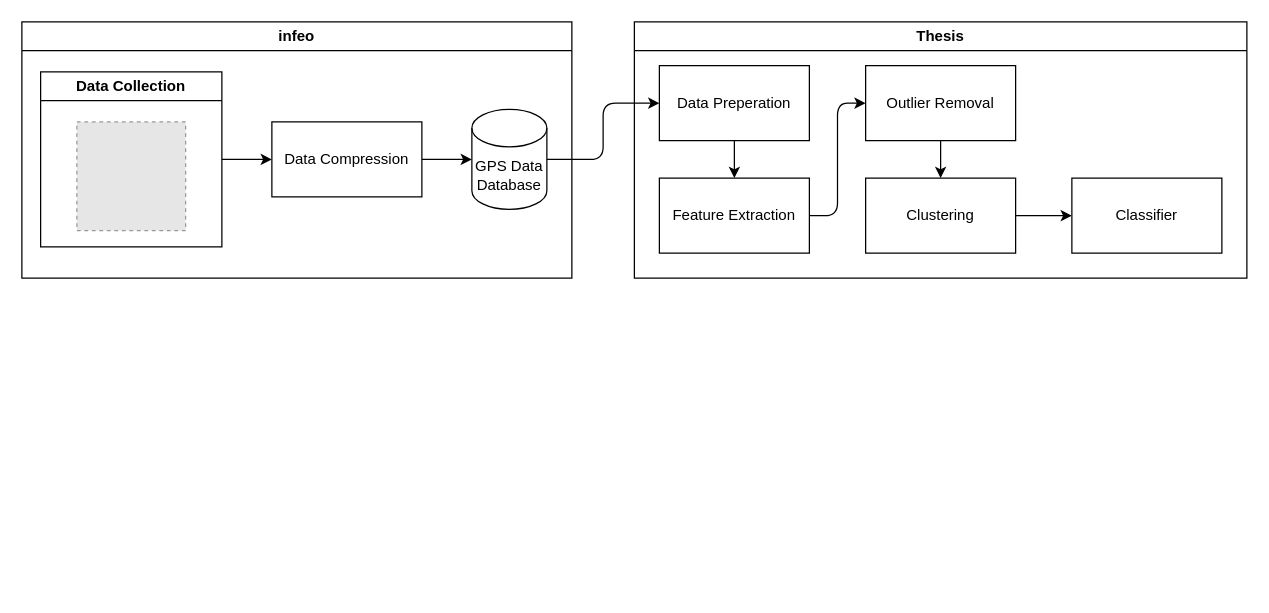
Before: Thesis/Text/Diagrams/drawio/big_picture.drawio in NeYoNmoos/FHV-Infeo_Bachelor_Thesis, a draw.io diagram. Source tidied: cells renumbered, new cells numbered last; positions are measured from the earlier drawing's top-left corner, leaving out a move shared by most shapes. Both pictures are drawn from the tidied source at 125%, with x=0, y=0 at pixel (21, 21). Pictures stored in the file or linked from it are replaced by grey dashed boxes.
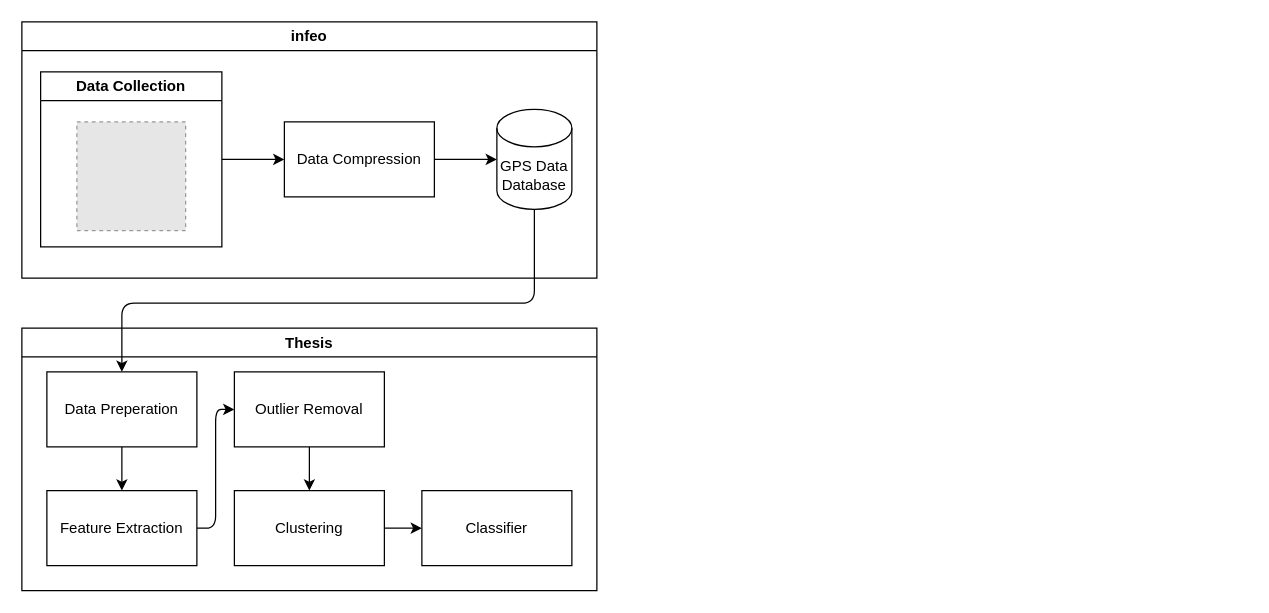
Above is the later version.

The change refers to these unchanged cells:
```xml
<mxCell id="11" value="Data Preperation" style="rounded=0;whiteSpace=wrap;html=1;" parent="9" vertex="1">
  <mxGeometry x="20" y="35" width="120" height="60" as="geometry" />
</mxCell>
```

The edit, as a diff of the source:
```diff
@@
     <mxCell id="2" value="infeo" style="swimlane;whiteSpace=wrap;html=1;" parent="1" vertex="1">
-      <mxGeometry width="440" height="205" as="geometry" />
+      <mxGeometry width="460" height="205" as="geometry" />
     </mxCell>
     <mxCell id="3" value="GPS Data&lt;div&gt;Database&lt;/div&gt;" style="shape=cylinder3;whiteSpace=wrap;html=1;boundedLbl=1;backgroundOutline=1;size=15;" parent="2" vertex="1">
-      <mxGeometry x="360" y="70" width="60" height="80" as="geometry" />
+      <mxGeometry x="380" y="70" width="60" height="80" as="geometry" />
     </mxCell>
@@
     <mxCell id="7" value="Data Compression" style="rounded=0;whiteSpace=wrap;html=1;" parent="2" vertex="1">
-      <mxGeometry x="200" y="80" width="120" height="60" as="geometry" />
+      <mxGeometry x="210" y="80" width="120" height="60" as="geometry" />
     </mxCell>
@@
     <mxCell id="9" value="Thesis" style="swimlane;whiteSpace=wrap;html=1;" parent="1" vertex="1">
-      <mxGeometry x="490" width="490" height="205" as="geometry" />
+      <mxGeometry y="245" width="460" height="210" as="geometry" />
     </mxCell>
@@
     <mxCell id="13" value="Feature Extraction" style="rounded=0;whiteSpace=wrap;html=1;" parent="9" vertex="1">
-      <mxGeometry x="20" y="125" width="120" height="60" as="geometry" />
+      <mxGeometry x="20" y="130" width="120" height="60" as="geometry" />
     </mxCell>
@@
     <mxCell id="15" value="Outlier Removal" style="rounded=0;whiteSpace=wrap;html=1;" parent="9" vertex="1">
-      <mxGeometry x="185" y="35" width="120" height="60" as="geometry" />
+      <mxGeometry x="170" y="35" width="120" height="60" as="geometry" />
     </mxCell>
@@
     <mxCell id="17" value="Clustering" style="rounded=0;whiteSpace=wrap;html=1;" parent="9" vertex="1">
-      <mxGeometry x="185" y="125" width="120" height="60" as="geometry" />
+      <mxGeometry x="170" y="130" width="120" height="60" as="geometry" />
     </mxCell>
     <mxCell id="18" value="Classifier" style="rounded=0;whiteSpace=wrap;html=1;" parent="9" vertex="1">
-      <mxGeometry x="350" y="125" width="120" height="60" as="geometry" />
+      <mxGeometry x="320" y="130" width="120" height="60" as="geometry" />
     </mxCell>
-    <mxCell id="19" style="edgeStyle=orthogonalEdgeStyle;html=1;entryX=0;entryY=0.5;entryDx=0;entryDy=0;strokeColor=default;rounded=1;jumpStyle=none;" parent="1" edge="1" source="3" target="11">
-      <mxGeometry relative="1" as="geometry" />
+    <mxCell id="19" style="edgeStyle=orthogonalEdgeStyle;html=1;entryX=0.5;entryY=0;entryDx=0;entryDy=0;strokeColor=default;rounded=1;jumpStyle=none;exitX=0.5;exitY=1;exitDx=0;exitDy=0;exitPerimeter=0;" parent="1" edge="1" source="3" target="11">
+      <mxGeometry relative="1" as="geometry">
+        <Array as="points">
+          <mxPoint x="410" y="225" />
+          <mxPoint x="80" y="225" />
+        </Array>
+      </mxGeometry>
     </mxCell>
```
